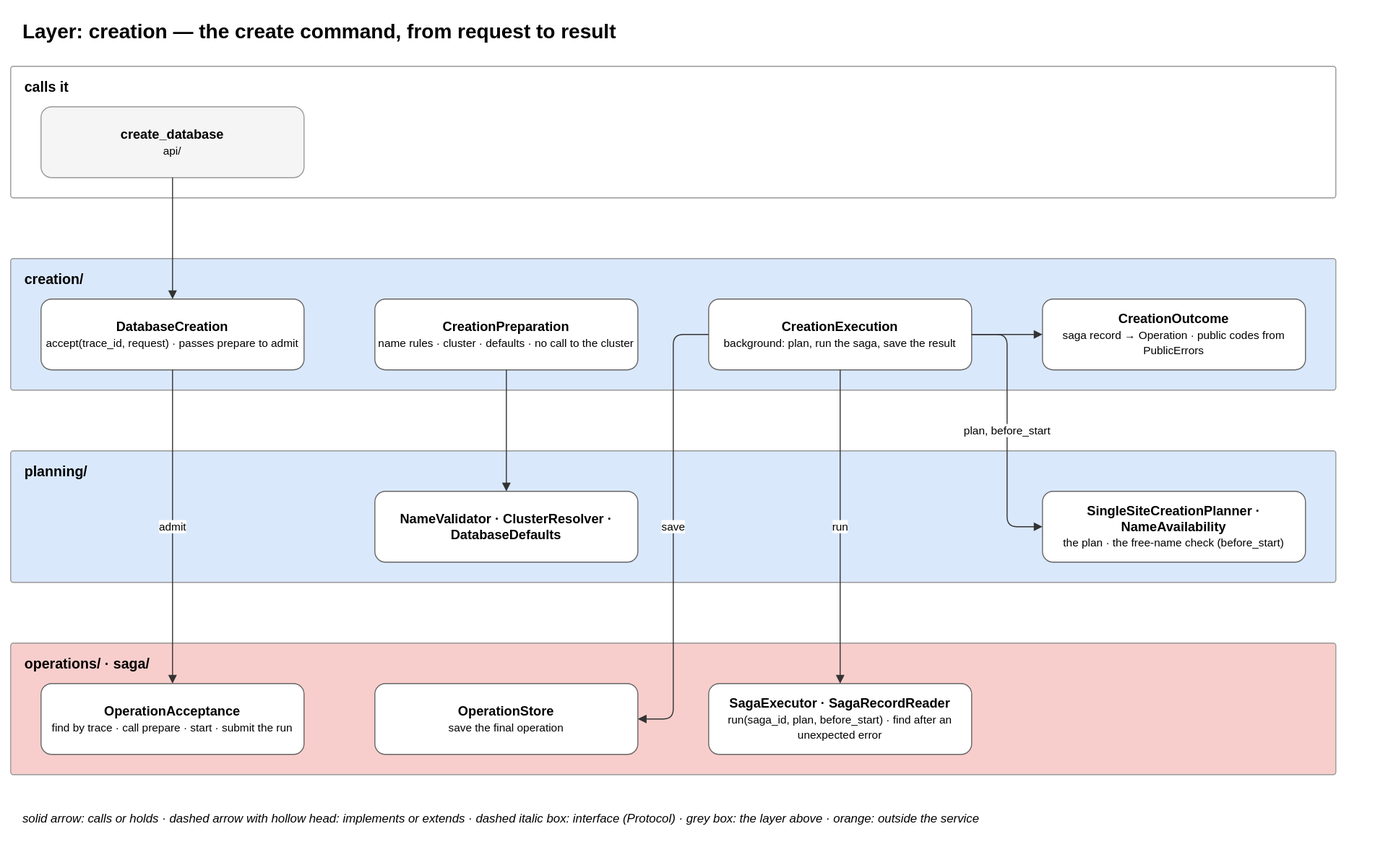
EliShteinman/redis-enterprise-services keeps this draw.io diagram as docs/diagrams/04-layer-creation.drawio.svg. Above is the earlier version. Source tidied: cells renumbered, new cells last; positions are measured from the earlier drawing's top-left corner, leaving out a move shared by most shapes.
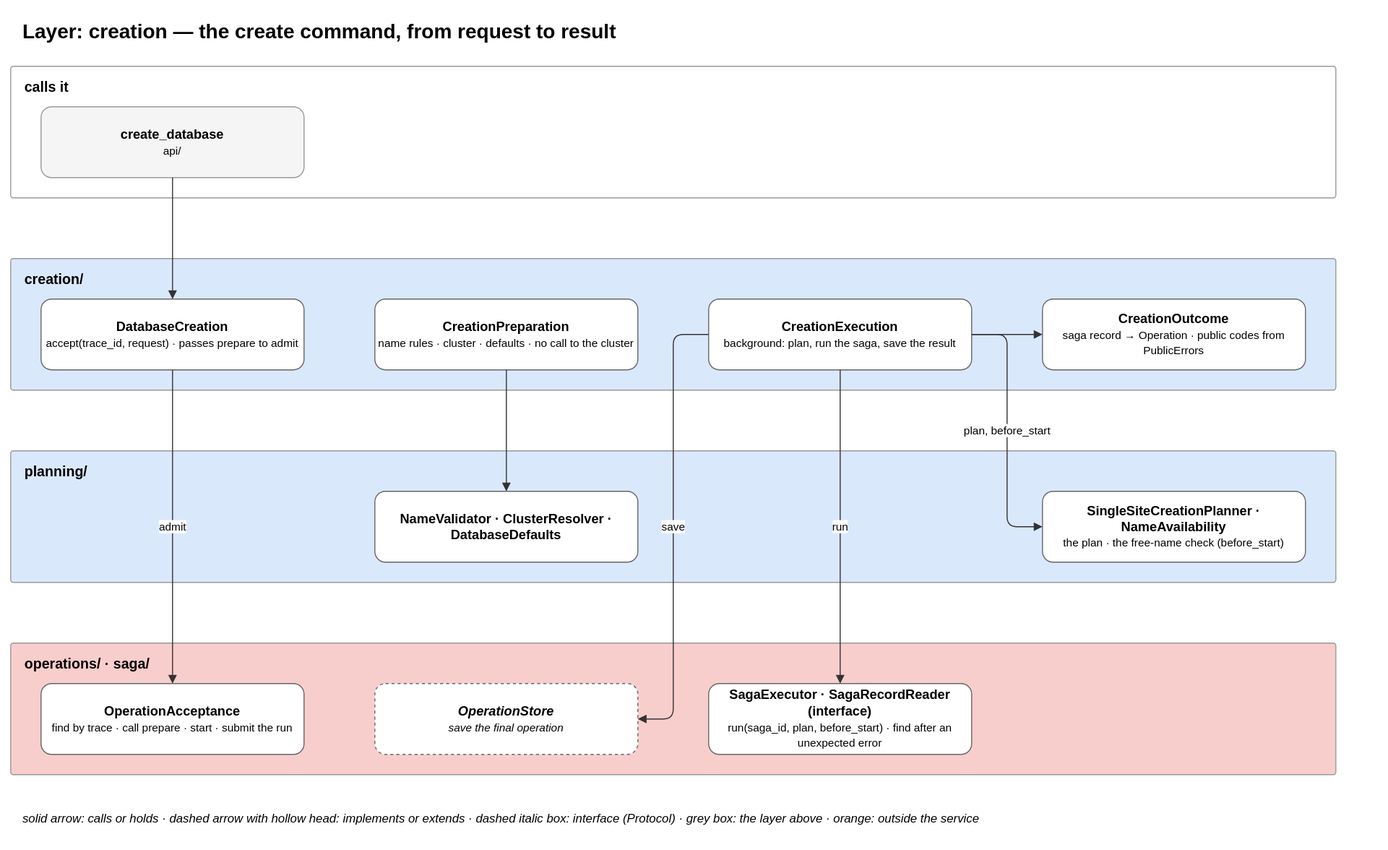
After the commit.

What changed in the source:
```diff
@@ -41,10 +41,10 @@
     <mxCell id="14" value="&lt;b&gt;OperationAcceptance&lt;/b&gt;&lt;br&gt;&lt;font style='font-size:11px'&gt;find by trace · call prepare · start · submit the run&lt;/font&gt;" style="rounded=1;whiteSpace=wrap;html=1;fillColor=#ffffff;strokeColor=#666666;fontSize=13;" parent="1" vertex="1">
       <mxGeometry x="30" y="665" width="260" height="70" as="geometry" />
     </mxCell>
-    <mxCell id="15" value="&lt;b&gt;OperationStore&lt;/b&gt;&lt;br&gt;&lt;font style='font-size:11px'&gt;save the final operation&lt;/font&gt;" style="rounded=1;whiteSpace=wrap;html=1;fillColor=#ffffff;strokeColor=#666666;fontSize=13;" parent="1" vertex="1">
+    <mxCell id="15" value="&lt;b&gt;OperationStore&lt;/b&gt;&lt;br&gt;&lt;font style='font-size:11px'&gt;save the final operation&lt;/font&gt;" style="rounded=1;whiteSpace=wrap;html=1;fillColor=#ffffff;strokeColor=#666666;fontSize=13;dashed=1;fontStyle=2;" parent="1" vertex="1">
       <mxGeometry x="360" y="665" width="260" height="70" as="geometry" />
     </mxCell>
-    <mxCell id="16" value="&lt;b&gt;SagaExecutor · SagaRecordReader&lt;/b&gt;&lt;br&gt;&lt;font style='font-size:11px'&gt;run(saga_id, plan, before_start) · find after an unexpected error&lt;/font&gt;" style="rounded=1;whiteSpace=wrap;html=1;fillColor=#ffffff;strokeColor=#666666;fontSize=13;" parent="1" vertex="1">
+    <mxCell id="16" value="&lt;b&gt;SagaExecutor · SagaRecordReader (interface)&lt;/b&gt;&lt;br&gt;&lt;font style='font-size:11px'&gt;run(saga_id, plan, before_start) · find after an unexpected error&lt;/font&gt;" style="rounded=1;whiteSpace=wrap;html=1;fillColor=#ffffff;strokeColor=#666666;fontSize=13;" parent="1" vertex="1">
       <mxGeometry x="690" y="665" width="260" height="70" as="geometry" />
     </mxCell>
     <mxCell id="17" style="edgeStyle=orthogonalEdgeStyle;rounded=1;html=1;fontSize=11;labelBackgroundColor=#ffffff;exitX=0.5;exitY=1;entryX=0.5;entryY=0;endArrow=block;strokeColor=#333333;" parent="1" edge="1" source="4" target="6">
```
